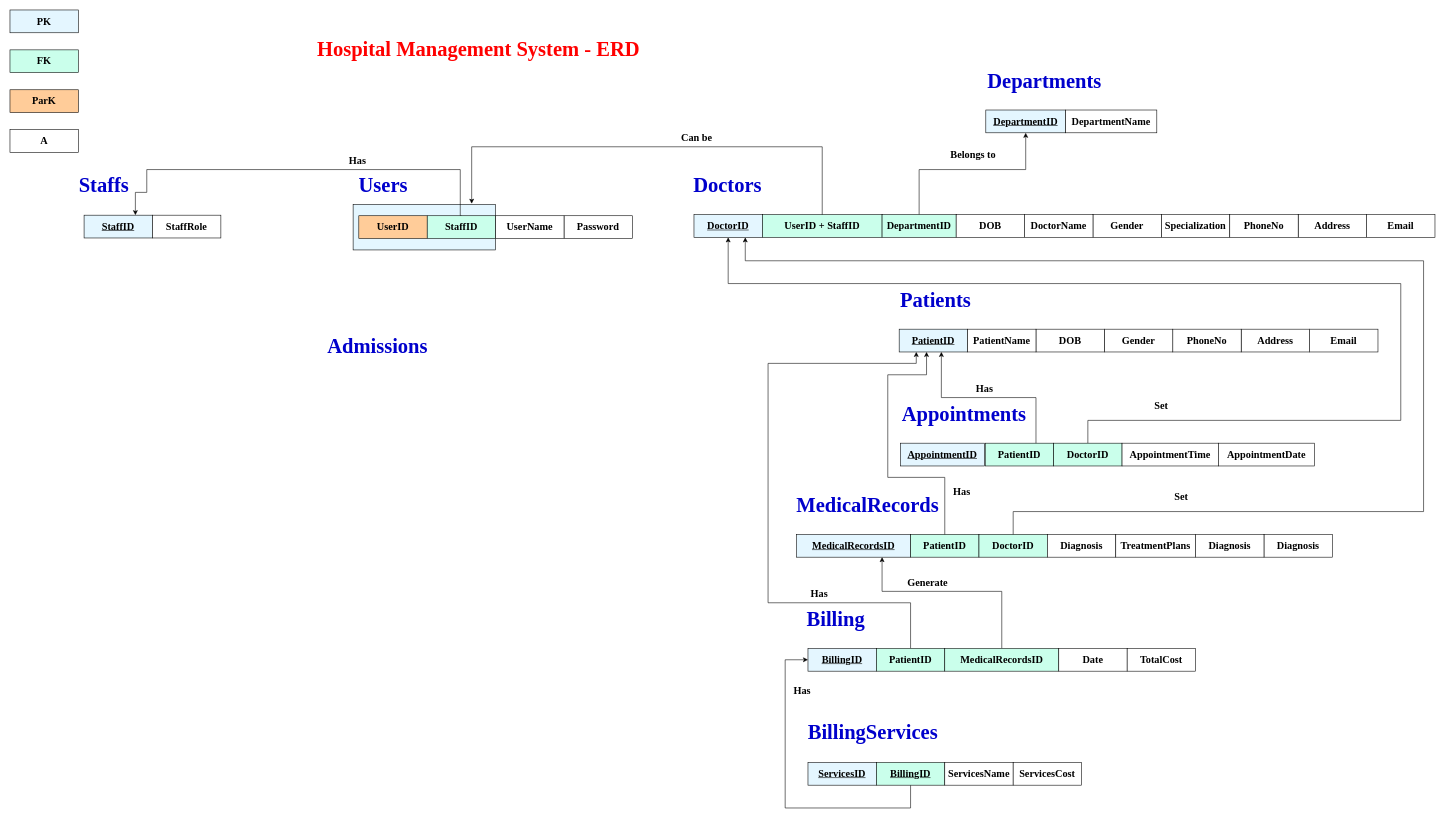
Above: page "Page-2" (2 of 2) of Images/_HospitalManagementSystem.drawio in rahmaAlmamari/HospitalManagementSystem (draw.io), before the change. Source tidied: cells renumbered, new cells numbered last; positions are measured from the earlier drawing's top-left corner, leaving out a move shared by most shapes. Both pictures are drawn from the tidied source at 57%, with x=0, y=0 at pixel (10, 10).
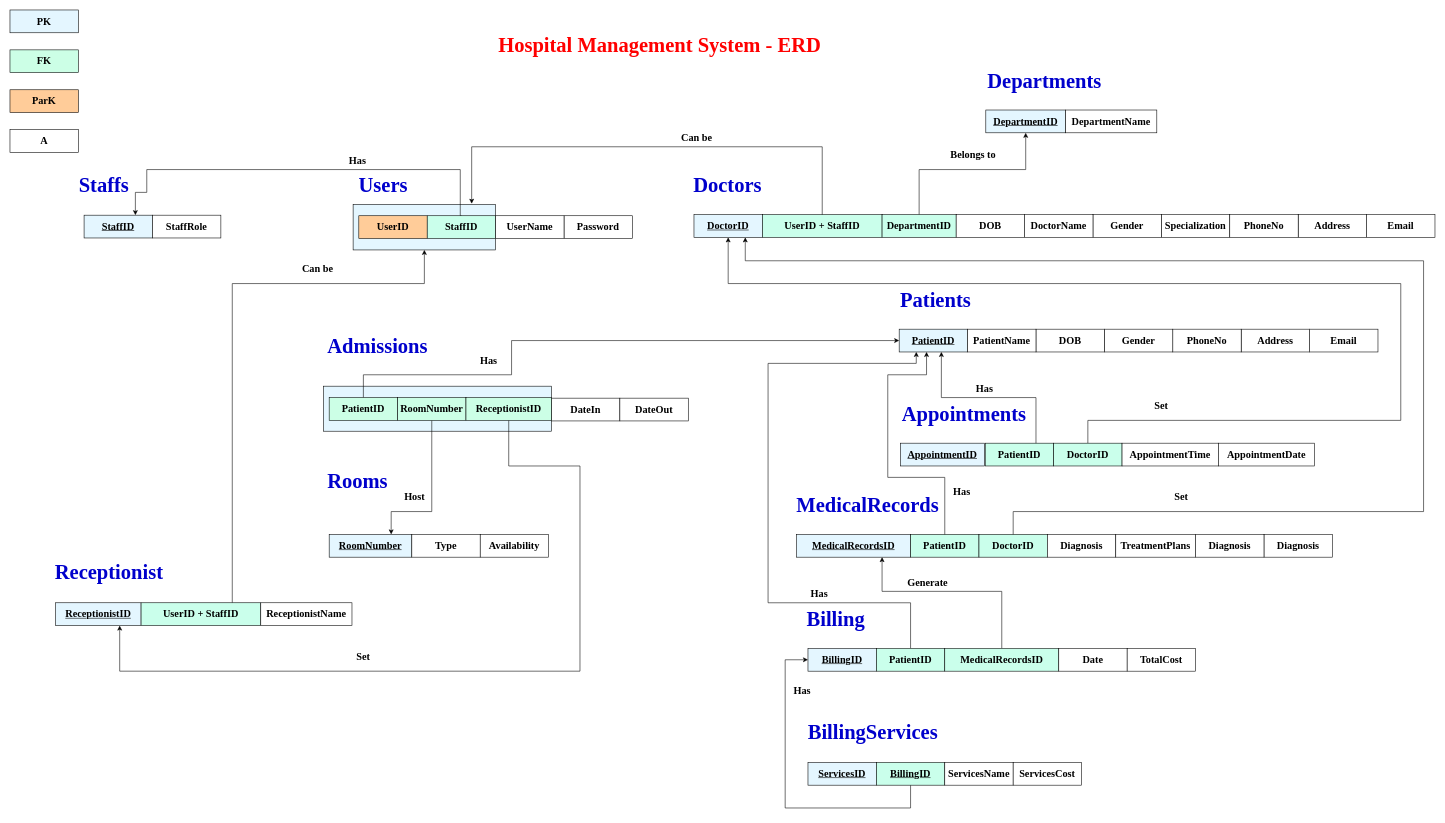
The same page after the edit.

The change refers to these unchanged cells:
```xml
<mxCell id="2" style="whiteSpace=wrap;html=1;align=center;fillColor=#E4F6FF;" parent="1" vertex="1">
  <mxGeometry x="602" y="341" width="250" height="80" as="geometry" />
</mxCell>
<mxCell id="37" value="&lt;b style=&quot;font-family: &amp;quot;Times New Roman&amp;quot;; text-decoration-line: underline;&quot;&gt;&lt;font style=&quot;font-size: 18px;&quot;&gt;PatientID&lt;/font&gt;&lt;/b&gt;" style="whiteSpace=wrap;html=1;align=center;fillColor=#E4F6FF;" parent="1" vertex="1">
  <mxGeometry x="1560" y="560" width="120" height="40" as="geometry" />
</mxCell>
```

Change to the diagram source:
```diff
@@
+    <mxCell id="84" style="whiteSpace=wrap;html=1;align=center;fillColor=#E4F6FF;" parent="1" vertex="1">
+      <mxGeometry x="550" y="660" width="400" height="79" as="geometry" />
+    </mxCell>
@@
     <mxCell id="3" value="&lt;h1&gt;&lt;font style=&quot;font-size: 36px; color: rgb(255, 0, 0);&quot; face=&quot;Times New Roman&quot;&gt; Hospital Management System - ERD&lt;/font&gt;&lt;/h1&gt;" style="text;html=1;align=center;verticalAlign=middle;whiteSpace=wrap;rounded=0;" parent="1" vertex="1">
-      <mxGeometry x="502" y="30" width="640" height="80" as="geometry" />
+      <mxGeometry x="820" y="22" width="640" height="80" as="geometry" />
     </mxCell>
@@
-    <mxCell id="5" value="&lt;font style=&quot;font-size: 18px;&quot; face=&quot;Times New Roman&quot;&gt;&lt;b&gt;FK&lt;/b&gt;&lt;/font&gt;" style="whiteSpace=wrap;html=1;align=center;fillColor=#CAFFEB;" parent="1" vertex="1">
+    <mxCell id="5" value="&lt;font style=&quot;font-size: 18px;&quot; face=&quot;Times New Roman&quot;&gt;&lt;b&gt;FK&lt;/b&gt;&lt;/font&gt;" style="whiteSpace=wrap;html=1;align=center;fillColor=#CCFFE6;" parent="1" vertex="1">
       <mxGeometry y="70" width="120" height="40" as="geometry" />
     </mxCell>
@@
+    <mxCell id="85" style="edgeStyle=orthogonalEdgeStyle;rounded=0;jettySize=auto;html=1;entryX=0;entryY=0.5;entryDx=0;entryDy=0;" parent="1" edge="1" source="86" target="37">
+      <mxGeometry relative="1" as="geometry">
+        <Array as="points">
+          <mxPoint x="620" y="640" />
+          <mxPoint x="880" y="640" />
+          <mxPoint x="880" y="580" />
+        </Array>
+      </mxGeometry>
+    </mxCell>
+    <mxCell id="86" value="&lt;b style=&quot;font-family: &amp;quot;Times New Roman&amp;quot;;&quot;&gt;&lt;font style=&quot;font-size: 18px;&quot;&gt;PatientID&lt;/font&gt;&lt;/b&gt;" style="whiteSpace=wrap;html=1;align=center;fillColor=#CCFFE6;" parent="1" vertex="1">
+      <mxGeometry x="560" y="680" width="120" height="40" as="geometry" />
+    </mxCell>
+    <mxCell id="87" style="edgeStyle=orthogonalEdgeStyle;rounded=0;jettySize=auto;html=1;entryX=0.75;entryY=0;entryDx=0;entryDy=0;" parent="1" edge="1" source="88" target="93">
+      <mxGeometry relative="1" as="geometry">
+        <Array as="points">
+          <mxPoint x="740" y="880" />
+          <mxPoint x="669" y="880" />
+        </Array>
+      </mxGeometry>
+    </mxCell>
+    <mxCell id="88" value="&lt;b style=&quot;font-family: &amp;quot;Times New Roman&amp;quot;;&quot;&gt;&lt;font style=&quot;font-size: 18px;&quot;&gt;RoomNumber&lt;/font&gt;&lt;/b&gt;" style="whiteSpace=wrap;html=1;align=center;fillColor=#CCFFE6;" parent="1" vertex="1">
+      <mxGeometry x="680" y="680" width="120" height="40" as="geometry" />
+    </mxCell>
+    <mxCell id="89" value="&lt;span style=&quot;font-family: &amp;quot;Times New Roman&amp;quot;;&quot;&gt;&lt;b&gt;&lt;font style=&quot;font-size: 18px;&quot;&gt;DateIn&lt;/font&gt;&lt;/b&gt;&lt;/span&gt;" style="whiteSpace=wrap;html=1;align=center;" parent="1" vertex="1">
+      <mxGeometry x="950" y="681" width="120" height="40" as="geometry" />
+    </mxCell>
+    <mxCell id="90" value="&lt;b style=&quot;font-family: &amp;quot;Times New Roman&amp;quot;;&quot;&gt;&lt;font style=&quot;font-size: 18px;&quot;&gt;DateOut&lt;/font&gt;&lt;/b&gt;" style="whiteSpace=wrap;html=1;align=center;" parent="1" vertex="1">
+      <mxGeometry x="1070" y="681" width="120" height="40" as="geometry" />
+    </mxCell>
+    <mxCell id="91" value="&lt;b style=&quot;font-family: &amp;quot;Times New Roman&amp;quot;;&quot;&gt;&lt;font style=&quot;font-size: 18px;&quot;&gt;Has&lt;/font&gt;&lt;/b&gt;" style="text;html=1;align=center;verticalAlign=middle;whiteSpace=wrap;rounded=0;" parent="1" vertex="1">
+      <mxGeometry x="810" y="600" width="60" height="30" as="geometry" />
+    </mxCell>
+    <mxCell id="92" value="&lt;span style=&quot;color: rgb(0, 0, 204); font-family: &amp;quot;Times New Roman&amp;quot;;&quot;&gt;&lt;b style=&quot;&quot;&gt;&lt;font style=&quot;font-size: 36px;&quot;&gt;Rooms&lt;/font&gt;&lt;/b&gt;&lt;/span&gt;" style="text;html=1;align=center;verticalAlign=middle;whiteSpace=wrap;rounded=0;" parent="1" vertex="1">
+      <mxGeometry x="555" y="807" width="110" height="40" as="geometry" />
+    </mxCell>
+    <mxCell id="93" value="&lt;b style=&quot;font-family: &amp;quot;Times New Roman&amp;quot;;&quot;&gt;&lt;font style=&quot;font-size: 18px;&quot;&gt;&lt;u&gt;RoomNumber&lt;/u&gt;&lt;/font&gt;&lt;/b&gt;" style="whiteSpace=wrap;html=1;align=center;fillColor=#E4F6FF;" parent="1" vertex="1">
+      <mxGeometry x="560" y="920" width="145" height="40" as="geometry" />
+    </mxCell>
+    <mxCell id="94" value="&lt;b style=&quot;font-family: &amp;quot;Times New Roman&amp;quot;;&quot;&gt;&lt;font style=&quot;font-size: 18px;&quot;&gt;Type&lt;/font&gt;&lt;/b&gt;" style="whiteSpace=wrap;html=1;align=center;" parent="1" vertex="1">
+      <mxGeometry x="705" y="920" width="120" height="40" as="geometry" />
+    </mxCell>
+    <mxCell id="95" value="&lt;b style=&quot;font-family: &amp;quot;Times New Roman&amp;quot;;&quot;&gt;&lt;font style=&quot;font-size: 18px;&quot;&gt;Availability&lt;/font&gt;&lt;/b&gt;" style="whiteSpace=wrap;html=1;align=center;" parent="1" vertex="1">
+      <mxGeometry x="825" y="920" width="120" height="40" as="geometry" />
+    </mxCell>
+    <mxCell id="96" value="&lt;b style=&quot;font-family: &amp;quot;Times New Roman&amp;quot;;&quot;&gt;&lt;font style=&quot;font-size: 18px;&quot;&gt;Host&lt;/font&gt;&lt;/b&gt;" style="text;html=1;align=center;verticalAlign=middle;whiteSpace=wrap;rounded=0;" parent="1" vertex="1">
+      <mxGeometry x="680" y="840" width="60" height="30" as="geometry" />
+    </mxCell>
+    <mxCell id="97" value="&lt;span style=&quot;color: rgb(0, 0, 204); font-family: &amp;quot;Times New Roman&amp;quot;;&quot;&gt;&lt;b style=&quot;&quot;&gt;&lt;font style=&quot;font-size: 36px;&quot;&gt;Receptionist&lt;/font&gt;&lt;/b&gt;&lt;/span&gt;" style="text;html=1;align=center;verticalAlign=middle;whiteSpace=wrap;rounded=0;" parent="1" vertex="1">
+      <mxGeometry x="119" y="967" width="110" height="40" as="geometry" />
+    </mxCell>
+    <mxCell id="98" value="&lt;b style=&quot;font-family: &amp;quot;Times New Roman&amp;quot;; text-decoration-line: underline;&quot;&gt;&lt;font style=&quot;font-size: 18px;&quot;&gt;ReceptionistID&lt;/font&gt;&lt;/b&gt;" style="whiteSpace=wrap;html=1;align=center;fillColor=#E4F6FF;" parent="1" vertex="1">
+      <mxGeometry x="80" y="1040" width="150" height="40" as="geometry" />
+    </mxCell>
+    <mxCell id="99" style="edgeStyle=orthogonalEdgeStyle;rounded=0;jettySize=auto;html=1;entryX=0.5;entryY=1;entryDx=0;entryDy=0;" parent="1" edge="1" source="100" target="2">
+      <mxGeometry relative="1" as="geometry">
+        <Array as="points">
+          <mxPoint x="390" y="480" />
+          <mxPoint x="727" y="480" />
+        </Array>
+      </mxGeometry>
+    </mxCell>
+    <mxCell id="100" value="&lt;b style=&quot;font-family: &amp;quot;Times New Roman&amp;quot;;&quot;&gt;&lt;font style=&quot;font-size: 18px;&quot;&gt;UserID +&amp;nbsp;&lt;/font&gt;&lt;/b&gt;&lt;b style=&quot;font-family: &amp;quot;Times New Roman&amp;quot;;&quot;&gt;&lt;font style=&quot;font-size: 18px;&quot;&gt;StaffID&lt;/font&gt;&lt;/b&gt;" style="whiteSpace=wrap;html=1;align=center;fillColor=#CAFFEB;" parent="1" vertex="1">
+      <mxGeometry x="230" y="1040" width="210" height="40" as="geometry" />
+    </mxCell>
+    <mxCell id="101" value="&lt;b style=&quot;font-family: &amp;quot;Times New Roman&amp;quot;;&quot;&gt;&lt;font style=&quot;font-size: 18px;&quot;&gt;ReceptionistName&lt;/font&gt;&lt;/b&gt;" style="whiteSpace=wrap;html=1;align=center;" parent="1" vertex="1">
+      <mxGeometry x="440" y="1040" width="160" height="40" as="geometry" />
+    </mxCell>
+    <mxCell id="102" value="&lt;b style=&quot;font-family: &amp;quot;Times New Roman&amp;quot;;&quot;&gt;&lt;font style=&quot;font-size: 18px;&quot;&gt;Can be&lt;/font&gt;&lt;/b&gt;" style="text;html=1;align=center;verticalAlign=middle;whiteSpace=wrap;rounded=0;" parent="1" vertex="1">
+      <mxGeometry x="510" y="440" width="60" height="30" as="geometry" />
+    </mxCell>
+    <mxCell id="103" style="edgeStyle=orthogonalEdgeStyle;rounded=0;jettySize=auto;html=1;entryX=0.75;entryY=1;entryDx=0;entryDy=0;" parent="1" edge="1" source="104" target="98">
+      <mxGeometry relative="1" as="geometry">
+        <Array as="points">
+          <mxPoint x="875" y="800" />
+          <mxPoint x="1000" y="800" />
+          <mxPoint x="1000" y="1160" />
+          <mxPoint x="193" y="1160" />
+        </Array>
+      </mxGeometry>
+    </mxCell>
+    <mxCell id="104" value="&lt;b style=&quot;font-family: &amp;quot;Times New Roman&amp;quot;;&quot;&gt;&lt;font style=&quot;font-size: 18px;&quot;&gt;ReceptionistID&lt;/font&gt;&lt;/b&gt;" style="whiteSpace=wrap;html=1;align=center;fillColor=#CCFFE6;" parent="1" vertex="1">
+      <mxGeometry x="800" y="680" width="150" height="40" as="geometry" />
+    </mxCell>
+    <mxCell id="105" value="&lt;b style=&quot;font-family: &amp;quot;Times New Roman&amp;quot;;&quot;&gt;&lt;font style=&quot;font-size: 18px;&quot;&gt;Set&lt;/font&gt;&lt;/b&gt;" style="text;html=1;align=center;verticalAlign=middle;whiteSpace=wrap;rounded=0;" parent="1" vertex="1">
+      <mxGeometry x="590" y="1120" width="60" height="30" as="geometry" />
+    </mxCell>
```
